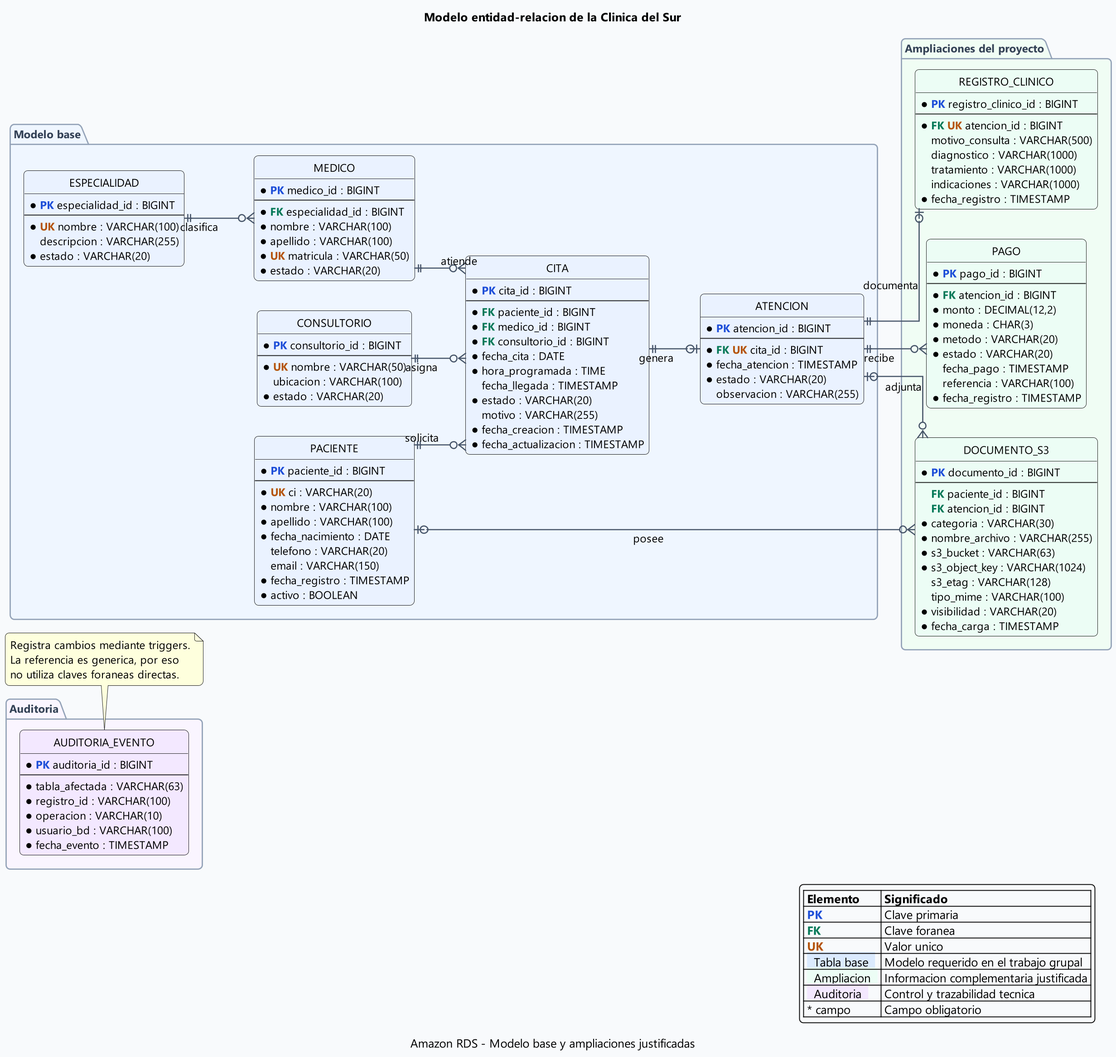
Earlier version of the PlantUML export tmp/plantuml/proy.png (Chriss-12/Proyecto-maestrica-m5-final).
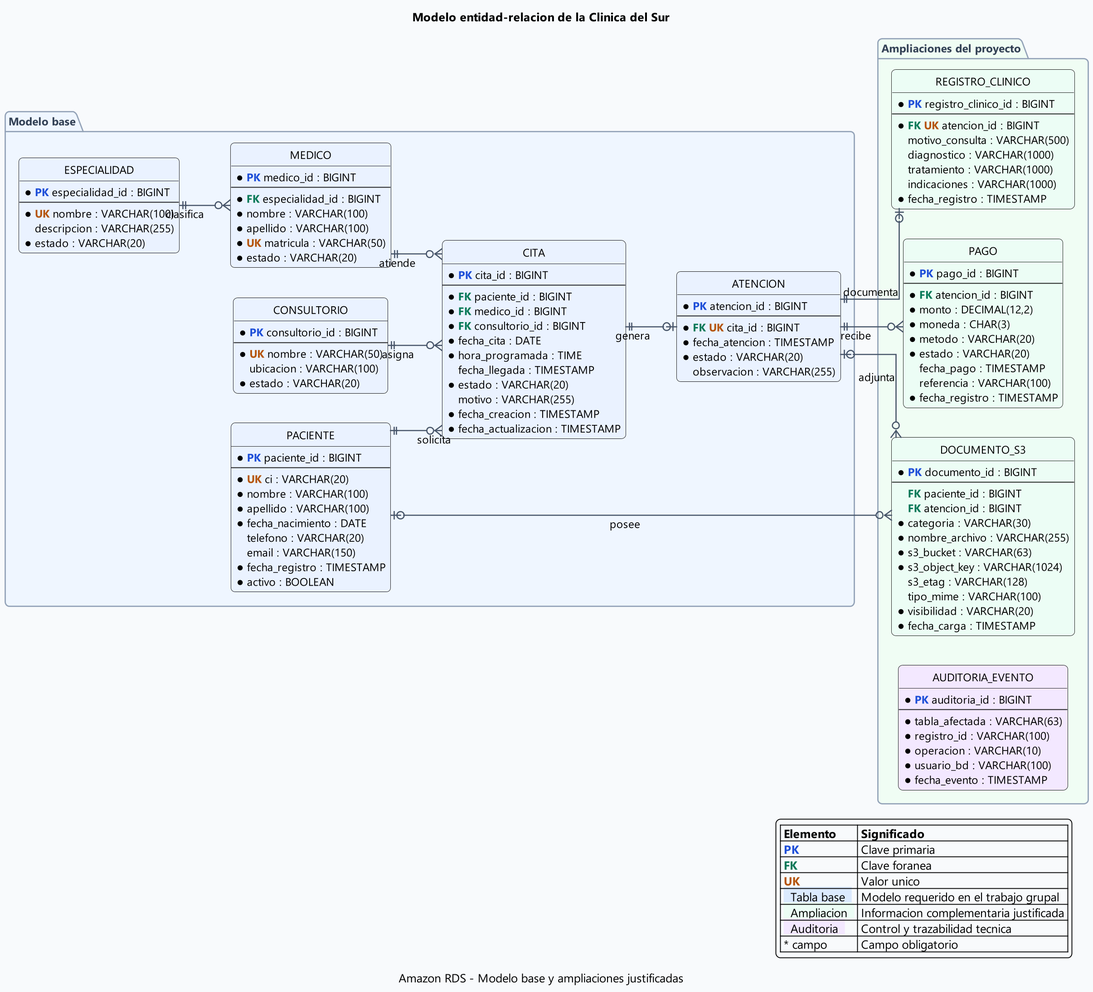
The same diagram one commit later.

Diff of the diagram source:
```diff
@@ -134,9 +134,6 @@
         * visibilidad : VARCHAR(20)
         * fecha_carga : TIMESTAMP
     }
-}
-
-package "Auditoria" #FAF5FF {
 
     entity "AUDITORIA_EVENTO" as AUDITORIA_EVENTO #F3E8FF {
         * <b><color:#1D4ED8>PK</color></b> auditoria_id : BIGINT
@@ -159,12 +156,6 @@
 PACIENTE |o--o{ DOCUMENTO_S3 : posee
 ATENCION |o--o{ DOCUMENTO_S3 : adjunta
 
-note bottom of AUDITORIA_EVENTO
-  Registra cambios mediante triggers.
-  La referencia es generica, por eso
-  no utiliza claves foraneas directas.
-end note
-
 legend right
   |= Elemento |= Significado |
   | <b><color:#1D4ED8>PK</color></b> | Clave primaria |
```
